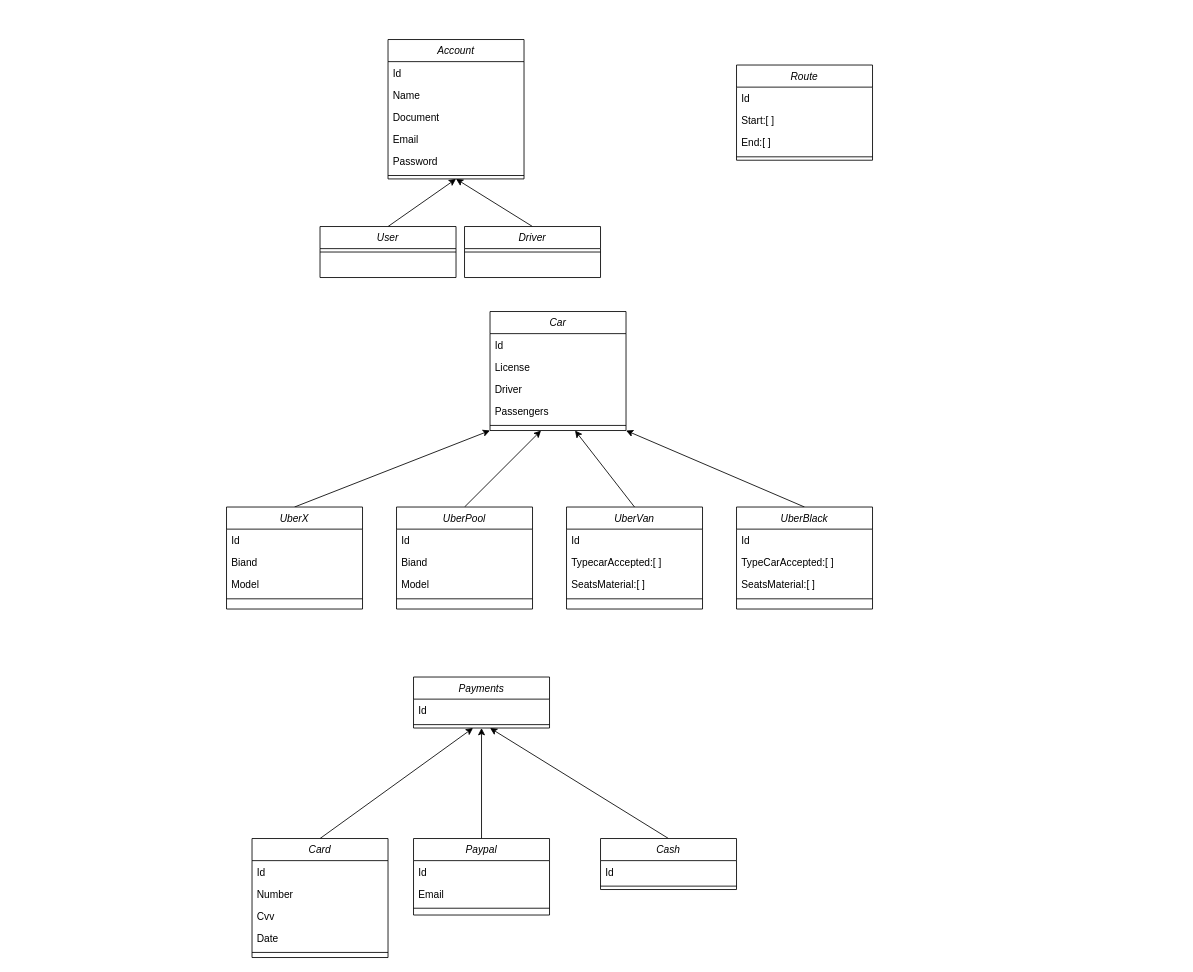
The draw.io diagram uber.drawio in DavidFernandoMesa/CursoPOOUber, before the edit. Source tidied: cells renumbered, new cells numbered last; positions are measured from the earlier drawing's top-left corner, leaving out a move shared by most shapes. Both pictures are drawn from the tidied source at 85%, with x=0, y=0 at pixel (226, 39).
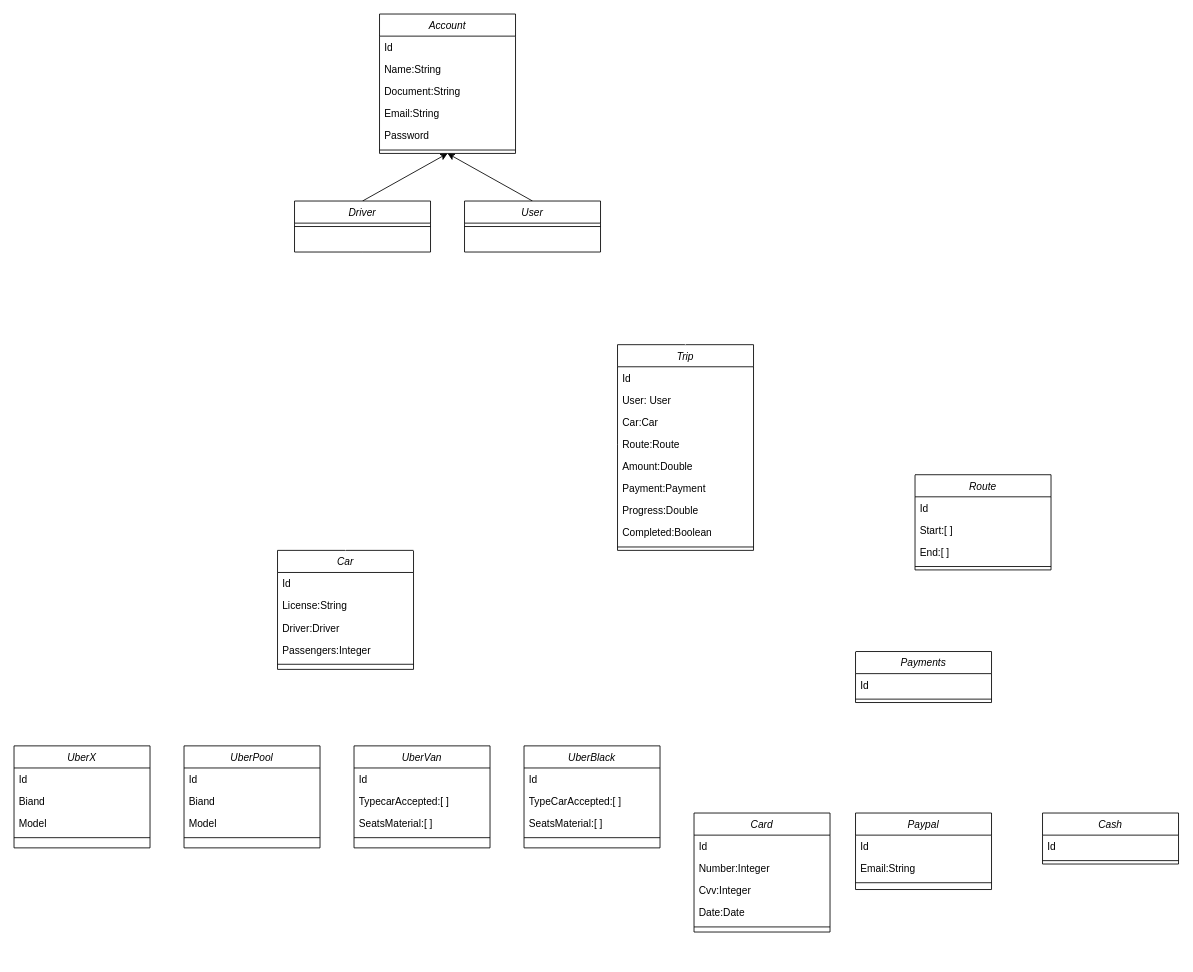
The same page after the edit.

Diff of the diagram source:
```diff
@@
     <mxCell id="3" value="User" style="swimlane;fontStyle=2;align=center;verticalAlign=top;horizontal=1;startSize=26;rounded=0;shadow=0;strokeWidth=1;" parent="1" vertex="1">
-      <mxGeometry x="110" y="220" width="160" height="60" as="geometry" />
+      <mxGeometry x="280" y="190" width="160" height="60" as="geometry" />
     </mxCell>
@@
-    <mxCell id="5" style="edgeStyle=none;html=1;exitX=0.5;exitY=0;exitDx=0;exitDy=0;" parent="1" edge="1" source="6">
-      <mxGeometry relative="1" as="geometry">
-        <mxPoint x="370" y="460" as="targetPoint" />
-      </mxGeometry>
-    </mxCell>
+    <mxCell id="69" style="edgeStyle=none;html=1;exitX=0.5;exitY=0;exitDx=0;exitDy=0;strokeColor=#FFFFFF;" parent="1" edge="1" source="6">
+      <mxGeometry relative="1" as="geometry">
+        <mxPoint x="120" y="740" as="targetPoint" />
+      </mxGeometry>
+    </mxCell>
     <mxCell id="6" value="UberPool" style="swimlane;fontStyle=2;align=center;verticalAlign=top;horizontal=1;startSize=26;rounded=0;shadow=0;strokeWidth=1;" parent="1" vertex="1">
-      <mxGeometry x="200" y="550" width="160" height="120" as="geometry" />
+      <mxGeometry x="-50" y="831" width="160" height="120" as="geometry" />
     </mxCell>
@@
-    <mxCell id="11" style="edgeStyle=none;html=1;exitX=0.5;exitY=0;exitDx=0;exitDy=0;entryX=1;entryY=1;entryDx=0;entryDy=0;" parent="1" edge="1" source="12" target="63">
+    <mxCell id="11" style="edgeStyle=none;html=1;exitX=0.5;exitY=0;exitDx=0;exitDy=0;entryX=1;entryY=1;entryDx=0;entryDy=0;strokeColor=#FFFFFF;" parent="1" edge="1" source="12" target="63">
       <mxGeometry relative="1" as="geometry" />
     </mxCell>
     <mxCell id="12" value="UberBlack" style="swimlane;fontStyle=2;align=center;verticalAlign=top;horizontal=1;startSize=26;rounded=0;shadow=0;strokeWidth=1;" parent="1" vertex="1">
-      <mxGeometry x="600" y="550" width="160" height="120" as="geometry" />
+      <mxGeometry x="350" y="831" width="160" height="120" as="geometry" />
     </mxCell>
@@
     <mxCell id="18" value="Driver" style="swimlane;fontStyle=2;align=center;verticalAlign=top;horizontal=1;startSize=26;rounded=0;shadow=0;strokeWidth=1;" parent="1" vertex="1">
-      <mxGeometry x="280" y="220" width="160" height="60" as="geometry" />
+      <mxGeometry x="80" y="190" width="160" height="60" as="geometry" />
     </mxCell>
@@
     <mxCell id="20" value="Route" style="swimlane;fontStyle=2;align=center;verticalAlign=top;horizontal=1;startSize=26;rounded=0;shadow=0;strokeWidth=1;" parent="1" vertex="1">
-      <mxGeometry x="600" y="30" width="160" height="112" as="geometry" />
+      <mxGeometry x="810" y="512" width="160" height="112" as="geometry" />
     </mxCell>
@@
-    <mxCell id="25" style="edgeStyle=none;html=1;exitX=0.5;exitY=0;exitDx=0;exitDy=0;entryX=0;entryY=1;entryDx=0;entryDy=0;" parent="1" edge="1" source="26" target="63">
+    <mxCell id="25" style="edgeStyle=none;html=1;exitX=0.5;exitY=0;exitDx=0;exitDy=0;entryX=0;entryY=1;entryDx=0;entryDy=0;strokeColor=#FFFFFF;" parent="1" edge="1" source="26" target="63">
       <mxGeometry relative="1" as="geometry" />
     </mxCell>
     <mxCell id="26" value="UberX" style="swimlane;fontStyle=2;align=center;verticalAlign=top;horizontal=1;startSize=26;rounded=0;shadow=0;strokeWidth=1;" parent="1" vertex="1">
-      <mxGeometry y="550" width="160" height="120" as="geometry" />
+      <mxGeometry x="-250" y="831" width="160" height="120" as="geometry" />
     </mxCell>
@@
-    <mxCell id="31" style="edgeStyle=none;html=1;exitX=0.5;exitY=0;exitDx=0;exitDy=0;" parent="1" edge="1" source="32">
-      <mxGeometry relative="1" as="geometry">
-        <mxPoint x="410" y="460" as="targetPoint" />
-      </mxGeometry>
-    </mxCell>
+    <mxCell id="70" style="edgeStyle=none;html=1;exitX=0.5;exitY=0;exitDx=0;exitDy=0;strokeColor=#FFFFFF;" parent="1" edge="1" source="32">
+      <mxGeometry relative="1" as="geometry">
+        <mxPoint x="160" y="740" as="targetPoint" />
+      </mxGeometry>
+    </mxCell>
     <mxCell id="32" value="UberVan" style="swimlane;fontStyle=2;align=center;verticalAlign=top;horizontal=1;startSize=26;rounded=0;shadow=0;strokeWidth=1;" parent="1" vertex="1">
-      <mxGeometry x="400" y="550" width="160" height="120" as="geometry" />
+      <mxGeometry x="150" y="831" width="160" height="120" as="geometry" />
     </mxCell>
@@
-    <mxCell id="37" style="edgeStyle=none;html=1;exitX=0.5;exitY=0;exitDx=0;exitDy=0;" parent="1" edge="1" source="38">
-      <mxGeometry relative="1" as="geometry">
-        <mxPoint x="290" y="810" as="targetPoint" />
-      </mxGeometry>
-    </mxCell>
+    <mxCell id="71" style="edgeStyle=none;html=1;exitX=0.5;exitY=0;exitDx=0;exitDy=0;strokeColor=#FFFFFF;entryX=0.25;entryY=1;entryDx=0;entryDy=0;" parent="1" edge="1" source="38" target="60">
+      <mxGeometry relative="1" as="geometry" />
+    </mxCell>
     <mxCell id="38" value="Card" style="swimlane;fontStyle=2;align=center;verticalAlign=top;horizontal=1;startSize=26;rounded=0;shadow=0;strokeWidth=1;" parent="1" vertex="1">
-      <mxGeometry x="30" y="940" width="160" height="140" as="geometry" />
+      <mxGeometry x="550" y="910" width="160" height="140" as="geometry" />
     </mxCell>
@@
-    <mxCell id="40" value="Number" style="text;align=left;verticalAlign=top;spacingLeft=4;spacingRight=4;overflow=hidden;" parent="38" vertex="1">
+    <mxCell id="40" value="Number:Integer" style="text;align=left;verticalAlign=top;spacingLeft=4;spacingRight=4;overflow=hidden;" parent="38" vertex="1">
       <mxGeometry y="52" width="160" height="26" as="geometry" />
     </mxCell>
-    <mxCell id="41" value="Cvv" style="text;align=left;verticalAlign=top;spacingLeft=4;spacingRight=4;overflow=hidden;" parent="38" vertex="1">
+    <mxCell id="41" value="Cvv:Integer" style="text;align=left;verticalAlign=top;spacingLeft=4;spacingRight=4;overflow=hidden;" parent="38" vertex="1">
       <mxGeometry y="78" width="160" height="26" as="geometry" />
     </mxCell>
-    <mxCell id="42" value="Date" style="text;align=left;verticalAlign=top;spacingLeft=4;spacingRight=4;overflow=hidden;" parent="38" vertex="1">
+    <mxCell id="42" value="Date:Date" style="text;align=left;verticalAlign=top;spacingLeft=4;spacingRight=4;overflow=hidden;" parent="38" vertex="1">
       <mxGeometry y="104" width="160" height="26" as="geometry" />
     </mxCell>
@@
-    <mxCell id="44" style="edgeStyle=none;html=1;exitX=0.5;exitY=0;exitDx=0;exitDy=0;" parent="1" edge="1" source="45">
-      <mxGeometry relative="1" as="geometry">
-        <mxPoint x="310" y="810" as="targetPoint" />
-      </mxGeometry>
-    </mxCell>
+    <mxCell id="72" style="edgeStyle=none;html=1;exitX=0.5;exitY=0;exitDx=0;exitDy=0;entryX=0.75;entryY=1;entryDx=0;entryDy=0;strokeColor=#FFFFFF;" parent="1" edge="1" source="45" target="60">
+      <mxGeometry relative="1" as="geometry" />
+    </mxCell>
     <mxCell id="45" value="Cash" style="swimlane;fontStyle=2;align=center;verticalAlign=top;horizontal=1;startSize=26;rounded=0;shadow=0;strokeWidth=1;" parent="1" vertex="1">
-      <mxGeometry x="440" y="940" width="160" height="60" as="geometry" />
+      <mxGeometry x="960" y="910" width="160" height="60" as="geometry" />
     </mxCell>
@@
-    <mxCell id="48" style="edgeStyle=none;html=1;exitX=0.5;exitY=0;exitDx=0;exitDy=0;entryX=0.5;entryY=1;entryDx=0;entryDy=0;" parent="1" edge="1" source="49" target="60">
+    <mxCell id="48" style="edgeStyle=none;html=1;exitX=0.5;exitY=0;exitDx=0;exitDy=0;strokeColor=#FFFFFF;entryX=0.5;entryY=1;entryDx=0;entryDy=0;" parent="1" edge="1" source="49" target="60">
       <mxGeometry relative="1" as="geometry" />
     </mxCell>
     <mxCell id="49" value="Paypal" style="swimlane;fontStyle=2;align=center;verticalAlign=top;horizontal=1;startSize=26;rounded=0;shadow=0;strokeWidth=1;" parent="1" vertex="1">
-      <mxGeometry x="220" y="940" width="160" height="90" as="geometry" />
+      <mxGeometry x="740" y="910" width="160" height="90" as="geometry" />
     </mxCell>
@@
-    <mxCell id="51" value="Email" style="text;align=left;verticalAlign=top;spacingLeft=4;spacingRight=4;overflow=hidden;" parent="49" vertex="1">
+    <mxCell id="51" value="Email:String" style="text;align=left;verticalAlign=top;spacingLeft=4;spacingRight=4;overflow=hidden;" parent="49" vertex="1">
       <mxGeometry y="52" width="160" height="26" as="geometry" />
     </mxCell>
@@
     <mxCell id="53" value="Account" style="swimlane;fontStyle=2;align=center;verticalAlign=top;horizontal=1;startSize=26;rounded=0;shadow=0;strokeWidth=1;" parent="1" vertex="1">
-      <mxGeometry x="190" width="160" height="164" as="geometry" />
+      <mxGeometry x="180" y="-30" width="160" height="164" as="geometry" />
     </mxCell>
@@
-    <mxCell id="55" value="Name" style="text;align=left;verticalAlign=top;spacingLeft=4;spacingRight=4;overflow=hidden;" parent="53" vertex="1">
+    <mxCell id="55" value="Name:String" style="text;align=left;verticalAlign=top;spacingLeft=4;spacingRight=4;overflow=hidden;" parent="53" vertex="1">
       <mxGeometry y="52" width="160" height="26" as="geometry" />
     </mxCell>
-    <mxCell id="56" value="Document" style="text;align=left;verticalAlign=top;spacingLeft=4;spacingRight=4;overflow=hidden;" parent="53" vertex="1">
+    <mxCell id="56" value="Document:String" style="text;align=left;verticalAlign=top;spacingLeft=4;spacingRight=4;overflow=hidden;" parent="53" vertex="1">
       <mxGeometry y="78" width="160" height="26" as="geometry" />
     </mxCell>
-    <mxCell id="57" value="Email" style="text;align=left;verticalAlign=top;spacingLeft=4;spacingRight=4;overflow=hidden;" parent="53" vertex="1">
+    <mxCell id="57" value="Email:String" style="text;align=left;verticalAlign=top;spacingLeft=4;spacingRight=4;overflow=hidden;" parent="53" vertex="1">
       <mxGeometry y="104" width="160" height="26" as="geometry" />
     </mxCell>
@@
     <mxCell id="60" value="Payments" style="swimlane;fontStyle=2;align=center;verticalAlign=top;horizontal=1;startSize=26;rounded=0;shadow=0;strokeWidth=1;" parent="1" vertex="1">
-      <mxGeometry x="220" y="750" width="160" height="60" as="geometry" />
+      <mxGeometry x="740" y="720" width="160" height="60" as="geometry" />
     </mxCell>
@@
     <mxCell id="63" value="Car" style="swimlane;fontStyle=2;align=center;verticalAlign=top;horizontal=1;startSize=26;rounded=0;shadow=0;strokeWidth=1;" parent="1" vertex="1">
-      <mxGeometry x="310" y="320" width="160" height="140" as="geometry" />
+      <mxGeometry x="60" y="601" width="160" height="140" as="geometry" />
     </mxCell>
@@
-    <mxCell id="65" value="License" style="text;align=left;verticalAlign=top;spacingLeft=4;spacingRight=4;overflow=hidden;" parent="63" vertex="1">
+    <mxCell id="65" value="License:String" style="text;align=left;verticalAlign=top;spacingLeft=4;spacingRight=4;overflow=hidden;" parent="63" vertex="1">
       <mxGeometry y="52" width="160" height="26" as="geometry" />
     </mxCell>
-    <mxCell id="66" value="Driver" style="text;align=left;verticalAlign=top;spacingLeft=4;spacingRight=4;overflow=hidden;" parent="63" vertex="1">
+    <mxCell id="66" value="Driver:Driver" style="text;align=left;verticalAlign=top;spacingLeft=4;spacingRight=4;overflow=hidden;" parent="63" vertex="1">
       <mxGeometry y="78" width="160" height="26" as="geometry" />
     </mxCell>
-    <mxCell id="67" value="Passengers" style="text;align=left;verticalAlign=top;spacingLeft=4;spacingRight=4;overflow=hidden;" parent="63" vertex="1">
+    <mxCell id="67" value="Passengers:Integer" style="text;align=left;verticalAlign=top;spacingLeft=4;spacingRight=4;overflow=hidden;" parent="63" vertex="1">
       <mxGeometry y="104" width="160" height="26" as="geometry" />
     </mxCell>
@@
+    <mxCell id="73" value="Trip" style="swimlane;fontStyle=2;align=center;verticalAlign=top;horizontal=1;startSize=26;rounded=0;shadow=0;strokeWidth=1;" parent="1" vertex="1">
+      <mxGeometry x="460" y="359" width="160" height="242" as="geometry" />
+    </mxCell>
+    <mxCell id="74" value="Id" style="text;align=left;verticalAlign=top;spacingLeft=4;spacingRight=4;overflow=hidden;" parent="73" vertex="1">
+      <mxGeometry y="26" width="160" height="26" as="geometry" />
+    </mxCell>
+    <mxCell id="75" value="User: User" style="text;align=left;verticalAlign=top;spacingLeft=4;spacingRight=4;overflow=hidden;" parent="73" vertex="1">
+      <mxGeometry y="52" width="160" height="26" as="geometry" />
+    </mxCell>
+    <mxCell id="76" value="Car:Car" style="text;align=left;verticalAlign=top;spacingLeft=4;spacingRight=4;overflow=hidden;" parent="73" vertex="1">
+      <mxGeometry y="78" width="160" height="26" as="geometry" />
+    </mxCell>
+    <mxCell id="77" value="Route:Route" style="text;align=left;verticalAlign=top;spacingLeft=4;spacingRight=4;overflow=hidden;points=[[0,0.5],[1,0.5]];portConstraint=eastwest;" parent="73" vertex="1">
+      <mxGeometry y="104" width="160" height="26" as="geometry" />
+    </mxCell>
+    <mxCell id="78" value="Amount:Double" style="text;align=left;verticalAlign=top;spacingLeft=4;spacingRight=4;overflow=hidden;" parent="73" vertex="1">
+      <mxGeometry y="130" width="160" height="26" as="geometry" />
+    </mxCell>
+    <mxCell id="79" value="Payment:Payment" style="text;align=left;verticalAlign=top;spacingLeft=4;spacingRight=4;overflow=hidden;" parent="73" vertex="1">
+      <mxGeometry y="156" width="160" height="26" as="geometry" />
+    </mxCell>
+    <mxCell id="80" value="Progress:Double" style="text;align=left;verticalAlign=top;spacingLeft=4;spacingRight=4;overflow=hidden;" parent="73" vertex="1">
+      <mxGeometry y="182" width="160" height="26" as="geometry" />
+    </mxCell>
+    <mxCell id="81" value="Completed:Boolean" style="text;align=left;verticalAlign=top;spacingLeft=4;spacingRight=4;overflow=hidden;" parent="73" vertex="1">
+      <mxGeometry y="208" width="160" height="26" as="geometry" />
+    </mxCell>
+    <mxCell id="82" style="line;html=1;strokeWidth=1;align=left;verticalAlign=middle;spacingTop=-1;spacingLeft=3;spacingRight=3;labelPosition=right;" parent="73" vertex="1">
+      <mxGeometry y="234" width="160" height="8" as="geometry" />
+    </mxCell>
+    <mxCell id="83" style="endArrow=diamondThin;endFill=1;endSize=24;html=1;strokeColor=#ffffff;exitX=1;exitY=0;exitDx=0;exitDy=0;entryX=0;entryY=0.5;entryDx=0;entryDy=0;" parent="1" edge="1" source="63" target="77">
+      <mxGeometry relative="1" as="geometry" />
+    </mxCell>
+    <mxCell id="84" style="endArrow=diamondThin;endFill=1;endSize=24;html=1;strokeColor=#ffffff;exitX=1;exitY=0;exitDx=0;exitDy=0;entryX=1.025;entryY=0.234;entryDx=0;entryDy=0;entryPerimeter=0;" parent="1" edge="1" target="77">
+      <mxGeometry relative="1" as="geometry">
+        <mxPoint x="810" y="512" as="sourcePoint" />
+      </mxGeometry>
+    </mxCell>
+    <mxCell id="85" style="endArrow=diamondThin;endFill=1;endSize=24;html=1;strokeColor=#ffffff;exitX=0;exitY=0;exitDx=0;exitDy=0;entryX=1.025;entryY=0.234;entryDx=0;entryDy=0;entryPerimeter=0;" parent="1" edge="1" source="60">
+      <mxGeometry relative="1" as="geometry">
+        <mxPoint x="620" y="601" as="targetPoint" />
+      </mxGeometry>
+    </mxCell>
+    <mxCell id="86" style="endArrow=open;endFill=1;endSize=12;html=1;strokeColor=#FFFFFF;entryX=1;entryY=1;entryDx=0;entryDy=0;exitX=0.5;exitY=0;exitDx=0;exitDy=0;" parent="1" edge="1" source="73" target="3">
+      <mxGeometry relative="1" as="geometry" />
+    </mxCell>
+    <mxCell id="87" style="endArrow=open;endFill=1;endSize=12;html=1;strokeColor=#FFFFFF;entryX=0.5;entryY=1;entryDx=0;entryDy=0;exitX=0.5;exitY=0;exitDx=0;exitDy=0;" parent="1" edge="1" source="63" target="18">
+      <mxGeometry relative="1" as="geometry" />
+    </mxCell>
```
